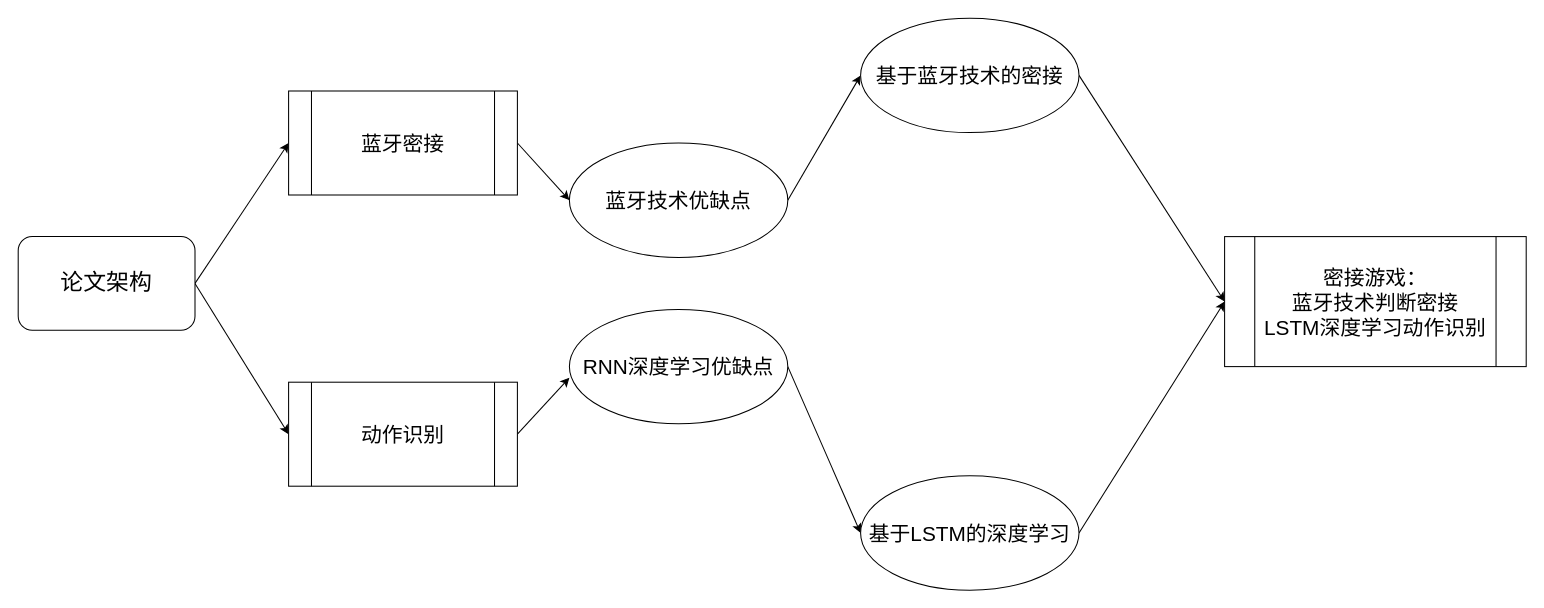
This is Week10.drawio from CharlotteE67/Innovation-practice, a draw.io file, before an edit. Source tidied: cells renumbered, new cells numbered last; positions are measured from the earlier drawing's top-left corner, leaving out a move shared by most shapes. Both pictures are drawn from the tidied source at 104%, with x=0, y=0 at pixel (18, 18).
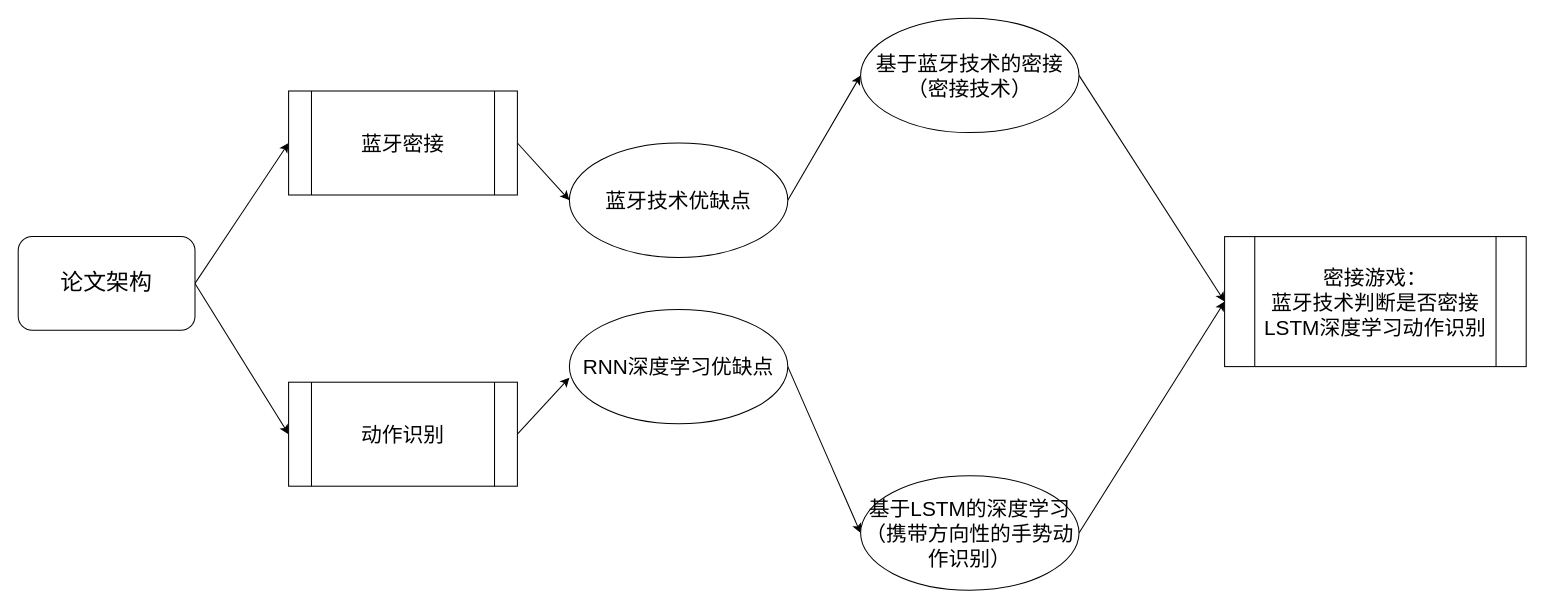
Above is the later version.

The edit, as a diff of the source:
```diff
@@
 <mxGraphModel>
   <root>
     <mxCell id="0" />
     <mxCell id="1" parent="0" />
     <mxCell id="2" style="rounded=0;jettySize=auto;html=1;exitX=1;exitY=0.5;exitDx=0;exitDy=0;entryX=0;entryY=0.5;entryDx=0;entryDy=0;" parent="1" edge="1" source="4" target="7">
       <mxGeometry relative="1" as="geometry" />
     </mxCell>
     <mxCell id="3" style="rounded=0;jettySize=auto;html=1;exitX=1;exitY=0.5;exitDx=0;exitDy=0;entryX=0;entryY=0.5;entryDx=0;entryDy=0;" parent="1" edge="1" source="4" target="10">
       <mxGeometry relative="1" as="geometry" />
     </mxCell>
     <mxCell id="4" value="&lt;span style=&quot;font-size: 22px&quot;&gt;论文架构&lt;/span&gt;" style="rounded=1;whiteSpace=wrap;html=1;" parent="1" vertex="1">
       <mxGeometry y="210" width="170" height="90" as="geometry" />
     </mxCell>
     <mxCell id="5" style="edgeStyle=none;rounded=0;jettySize=auto;html=1;exitX=1;exitY=0.5;exitDx=0;exitDy=0;entryX=0;entryY=0.5;entryDx=0;entryDy=0;" parent="1" edge="1" source="7" target="11">
       <mxGeometry relative="1" as="geometry" />
     </mxCell>
     <mxCell id="6" style="edgeStyle=none;rounded=0;jettySize=auto;html=1;exitX=1;exitY=0.5;exitDx=0;exitDy=0;entryX=0;entryY=0.5;entryDx=0;entryDy=0;" parent="1" edge="1" source="11" target="13">
       <mxGeometry relative="1" as="geometry" />
     </mxCell>
     <mxCell id="7" value="&lt;font style=&quot;font-size: 20px&quot;&gt;蓝牙密接&lt;/font&gt;" style="shape=process;whiteSpace=wrap;html=1;backgroundOutline=1;" parent="1" vertex="1">
       <mxGeometry x="260" y="70" width="220" height="100" as="geometry" />
     </mxCell>
     <mxCell id="8" style="edgeStyle=none;rounded=0;jettySize=auto;html=1;exitX=1;exitY=0.5;exitDx=0;exitDy=0;entryX=0;entryY=0.597;entryDx=0;entryDy=0;entryPerimeter=0;" parent="1" edge="1" source="10" target="14">
       <mxGeometry relative="1" as="geometry" />
     </mxCell>
     <mxCell id="9" style="edgeStyle=none;rounded=0;jettySize=auto;html=1;exitX=1;exitY=0.5;exitDx=0;exitDy=0;entryX=0;entryY=0.5;entryDx=0;entryDy=0;" parent="1" edge="1" source="14" target="16">
       <mxGeometry relative="1" as="geometry" />
     </mxCell>
     <mxCell id="10" value="&lt;font style=&quot;font-size: 20px&quot;&gt;动作识别&lt;/font&gt;" style="shape=process;whiteSpace=wrap;html=1;backgroundOutline=1;" parent="1" vertex="1">
       <mxGeometry x="260" y="350" width="220" height="100" as="geometry" />
     </mxCell>
     <mxCell id="11" value="&lt;font style=&quot;font-size: 20px&quot;&gt;蓝牙技术优缺点&lt;/font&gt;" style="ellipse;whiteSpace=wrap;html=1;" parent="1" vertex="1">
       <mxGeometry x="530" y="120" width="210" height="110" as="geometry" />
     </mxCell>
     <mxCell id="12" style="edgeStyle=none;rounded=0;jettySize=auto;html=1;exitX=1;exitY=0.5;exitDx=0;exitDy=0;entryX=0;entryY=0.5;entryDx=0;entryDy=0;" parent="1" edge="1" source="13" target="17">
       <mxGeometry relative="1" as="geometry" />
     </mxCell>
-    <mxCell id="13" value="&lt;font style=&quot;font-size: 20px&quot;&gt;基于蓝牙技术的密接&lt;/font&gt;" style="ellipse;whiteSpace=wrap;html=1;" parent="1" vertex="1">
+    <mxCell id="13" value="&lt;font style=&quot;font-size: 20px&quot;&gt;基于蓝牙技术的密接&lt;br&gt;（密接技术）&lt;br&gt;&lt;/font&gt;" style="ellipse;whiteSpace=wrap;html=1;" parent="1" vertex="1">
       <mxGeometry x="810" width="210" height="110" as="geometry" />
     </mxCell>
     <mxCell id="14" value="&lt;span style=&quot;font-size: 20px&quot;&gt;RNN深度学习优缺点&lt;/span&gt;" style="ellipse;whiteSpace=wrap;html=1;" parent="1" vertex="1">
       <mxGeometry x="530" y="280" width="210" height="110" as="geometry" />
     </mxCell>
     <mxCell id="15" style="edgeStyle=none;rounded=0;jettySize=auto;html=1;exitX=1;exitY=0.5;exitDx=0;exitDy=0;entryX=0;entryY=0.5;entryDx=0;entryDy=0;" parent="1" edge="1" source="16" target="17">
       <mxGeometry relative="1" as="geometry" />
     </mxCell>
-    <mxCell id="16" value="&lt;span style=&quot;font-size: 20px&quot;&gt;基于LSTM的深度学习&lt;br&gt;&lt;/span&gt;" style="ellipse;whiteSpace=wrap;html=1;" parent="1" vertex="1">
+    <mxCell id="16" value="&lt;span style=&quot;font-size: 20px&quot;&gt;基于LSTM的深度学习&lt;br&gt;（携带方向性的手势动作识别）&lt;br&gt;&lt;/span&gt;" style="ellipse;whiteSpace=wrap;html=1;" parent="1" vertex="1">
       <mxGeometry x="810" y="440" width="210" height="110" as="geometry" />
     </mxCell>
-    <mxCell id="17" value="&lt;span style=&quot;font-size: 20px&quot;&gt;密接游戏：&lt;br&gt;蓝牙技术判断密接&lt;br&gt;LSTM深度学习动作识别&lt;br&gt;&lt;/span&gt;" style="shape=process;whiteSpace=wrap;html=1;backgroundOutline=1;" parent="1" vertex="1">
+    <mxCell id="17" value="&lt;span style=&quot;font-size: 20px&quot;&gt;密接游戏：&lt;br&gt;蓝牙技术判断是否密接&lt;br&gt;LSTM深度学习动作识别&lt;br&gt;&lt;/span&gt;" style="shape=process;whiteSpace=wrap;html=1;backgroundOutline=1;" parent="1" vertex="1">
       <mxGeometry x="1160" y="210" width="290" height="125" as="geometry" />
     </mxCell>
   </root>
 </mxGraphModel>
```
